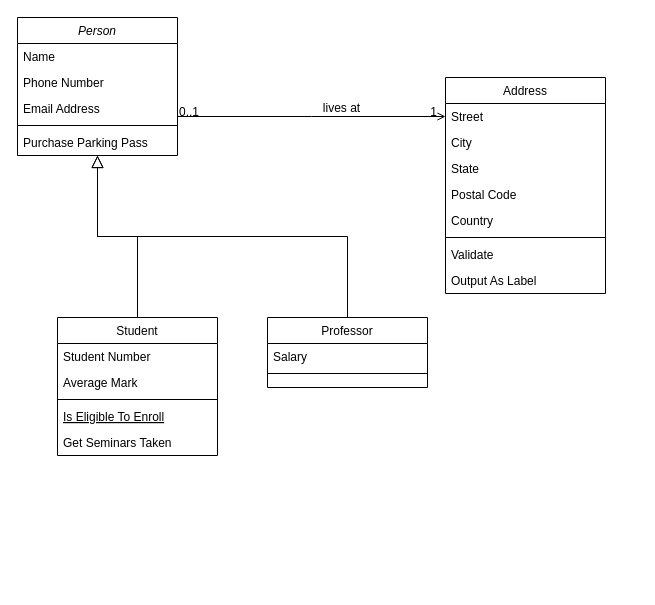
Earlier version of the draw.io diagram Untitled Diagram.drawio (Mateozzzz/Flowcharts-sena-). Source tidied: cells renumbered, new cells numbered last; positions are measured from the earlier drawing's top-left corner, leaving out a move shared by most shapes. Both pictures are drawn from the tidied source at 100%, with x=0, y=0 at pixel (17, 17).
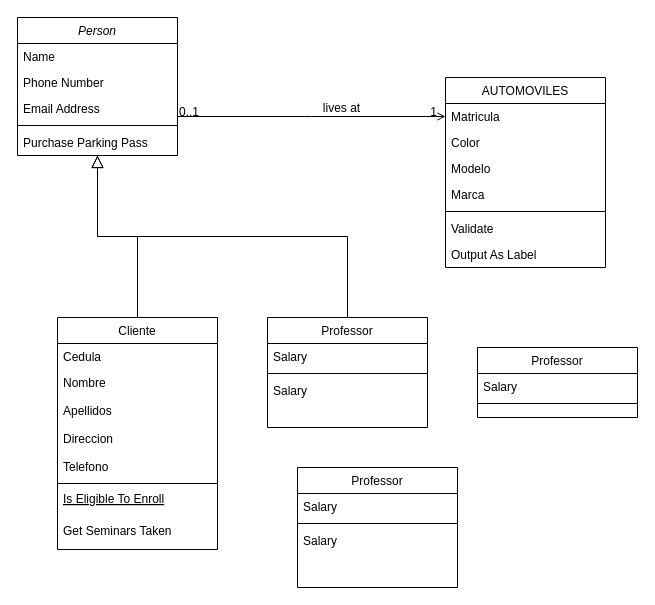
The same page after the edit.

Diff of the diagram source:
```diff
@@
-    <mxCell id="8" value="Student" style="swimlane;fontStyle=0;align=center;verticalAlign=top;horizontal=1;startSize=26;rounded=0;shadow=0;strokeWidth=1;" parent="1" vertex="1">
-      <mxGeometry x="40" y="300" width="160" height="138" as="geometry" />
+    <mxCell id="8" value="Cliente" style="swimlane;fontStyle=0;align=center;verticalAlign=top;horizontal=1;startSize=26;rounded=0;shadow=0;strokeWidth=1;" parent="1" vertex="1">
+      <mxGeometry x="40" y="300" width="160" height="232" as="geometry" />
     </mxCell>
-    <mxCell id="9" value="Student Number" style="text;align=left;verticalAlign=top;spacingLeft=4;spacingRight=4;overflow=hidden;" parent="8" vertex="1">
+    <mxCell id="9" value="Cedula" style="text;align=left;verticalAlign=top;spacingLeft=4;spacingRight=4;overflow=hidden;" parent="8" vertex="1">
       <mxGeometry y="26" width="160" height="26" as="geometry" />
     </mxCell>
-    <mxCell id="10" value="Average Mark" style="text;align=left;verticalAlign=top;spacingLeft=4;spacingRight=4;overflow=hidden;rounded=0;shadow=0;html=0;" parent="8" vertex="1">
-      <mxGeometry y="52" width="160" height="26" as="geometry" />
+    <mxCell id="10" value="Nombre" style="text;align=left;verticalAlign=top;spacingLeft=4;spacingRight=4;overflow=hidden;rounded=0;shadow=0;html=0;" parent="8" vertex="1">
+      <mxGeometry y="52" width="160" height="28" as="geometry" />
     </mxCell>
+    <mxCell id="32" value="Apellidos" style="text;align=left;verticalAlign=top;spacingLeft=4;spacingRight=4;overflow=hidden;rounded=0;shadow=0;html=0;" parent="8" vertex="1">
+      <mxGeometry y="80" width="160" height="28" as="geometry" />
+    </mxCell>
+    <mxCell id="33" value="Direccion" style="text;align=left;verticalAlign=top;spacingLeft=4;spacingRight=4;overflow=hidden;rounded=0;shadow=0;html=0;" parent="8" vertex="1">
+      <mxGeometry y="108" width="160" height="28" as="geometry" />
+    </mxCell>
+    <mxCell id="34" value="Telefono" style="text;align=left;verticalAlign=top;spacingLeft=4;spacingRight=4;overflow=hidden;rounded=0;shadow=0;html=0;" parent="8" vertex="1">
+      <mxGeometry y="136" width="160" height="28" as="geometry" />
+    </mxCell>
     <mxCell id="11" style="line;html=1;strokeWidth=1;align=left;verticalAlign=middle;spacingTop=-1;spacingLeft=3;spacingRight=3;labelPosition=right;" parent="8" vertex="1">
-      <mxGeometry y="78" width="160" height="8" as="geometry" />
+      <mxGeometry y="164" width="160" height="4" as="geometry" />
     </mxCell>
     <mxCell id="12" value="Is Eligible To Enroll" style="text;align=left;verticalAlign=top;spacingLeft=4;spacingRight=4;overflow=hidden;fontStyle=4;" parent="8" vertex="1">
-      <mxGeometry y="86" width="160" height="26" as="geometry" />
+      <mxGeometry y="168" width="160" height="32" as="geometry" />
     </mxCell>
     <mxCell id="13" value="Get Seminars Taken" style="text;align=left;verticalAlign=top;spacingLeft=4;spacingRight=4;overflow=hidden;" parent="8" vertex="1">
-      <mxGeometry y="112" width="160" height="26" as="geometry" />
+      <mxGeometry y="200" width="160" height="32" as="geometry" />
     </mxCell>
@@
     <mxCell id="15" value="Professor" style="swimlane;fontStyle=0;align=center;verticalAlign=top;horizontal=1;startSize=26;rounded=0;shadow=0;strokeWidth=1;" parent="1" vertex="1">
-      <mxGeometry x="250" y="300" width="160" height="70" as="geometry" />
+      <mxGeometry x="250" y="300" width="160" height="110" as="geometry" />
     </mxCell>
@@
+    <mxCell id="35" value="Salary" style="text;align=left;verticalAlign=top;spacingLeft=4;spacingRight=4;overflow=hidden;" parent="15" vertex="1">
+      <mxGeometry y="60" width="160" height="50" as="geometry" />
+    </mxCell>
@@
-    <mxCell id="19" value="Address" style="swimlane;fontStyle=0;align=center;verticalAlign=top;horizontal=1;startSize=26;rounded=0;shadow=0;strokeWidth=1;" parent="1" vertex="1">
-      <mxGeometry x="428" y="60" width="160" height="216" as="geometry" />
+    <mxCell id="19" value="AUTOMOVILES" style="swimlane;fontStyle=0;align=center;verticalAlign=top;horizontal=1;startSize=26;rounded=0;shadow=0;strokeWidth=1;" parent="1" vertex="1">
+      <mxGeometry x="428" y="60" width="160" height="190" as="geometry" />
     </mxCell>
-    <mxCell id="20" value="Street" style="text;align=left;verticalAlign=top;spacingLeft=4;spacingRight=4;overflow=hidden;" parent="19" vertex="1">
+    <mxCell id="20" value="Matricula" style="text;align=left;verticalAlign=top;spacingLeft=4;spacingRight=4;overflow=hidden;" parent="19" vertex="1">
       <mxGeometry y="26" width="160" height="26" as="geometry" />
     </mxCell>
-    <mxCell id="21" value="City" style="text;align=left;verticalAlign=top;spacingLeft=4;spacingRight=4;overflow=hidden;rounded=0;shadow=0;html=0;" parent="19" vertex="1">
+    <mxCell id="21" value="Color" style="text;align=left;verticalAlign=top;spacingLeft=4;spacingRight=4;overflow=hidden;rounded=0;shadow=0;html=0;" parent="19" vertex="1">
       <mxGeometry y="52" width="160" height="26" as="geometry" />
     </mxCell>
-    <mxCell id="22" value="State" style="text;align=left;verticalAlign=top;spacingLeft=4;spacingRight=4;overflow=hidden;rounded=0;shadow=0;html=0;" parent="19" vertex="1">
+    <mxCell id="22" value="Modelo" style="text;align=left;verticalAlign=top;spacingLeft=4;spacingRight=4;overflow=hidden;rounded=0;shadow=0;html=0;" parent="19" vertex="1">
       <mxGeometry y="78" width="160" height="26" as="geometry" />
     </mxCell>
-    <mxCell id="23" value="Postal Code" style="text;align=left;verticalAlign=top;spacingLeft=4;spacingRight=4;overflow=hidden;rounded=0;shadow=0;html=0;" parent="19" vertex="1">
+    <mxCell id="23" value="Marca" style="text;align=left;verticalAlign=top;spacingLeft=4;spacingRight=4;overflow=hidden;rounded=0;shadow=0;html=0;" parent="19" vertex="1">
       <mxGeometry y="104" width="160" height="26" as="geometry" />
     </mxCell>
-    <mxCell id="24" value="Country" style="text;align=left;verticalAlign=top;spacingLeft=4;spacingRight=4;overflow=hidden;rounded=0;shadow=0;html=0;" parent="19" vertex="1">
-      <mxGeometry y="130" width="160" height="26" as="geometry" />
-    </mxCell>
     <mxCell id="25" style="line;html=1;strokeWidth=1;align=left;verticalAlign=middle;spacingTop=-1;spacingLeft=3;spacingRight=3;labelPosition=right;" parent="19" vertex="1">
-      <mxGeometry y="156" width="160" height="8" as="geometry" />
+      <mxGeometry y="130" width="160" height="8" as="geometry" />
     </mxCell>
     <mxCell id="26" value="Validate" style="text;align=left;verticalAlign=top;spacingLeft=4;spacingRight=4;overflow=hidden;" parent="19" vertex="1">
-      <mxGeometry y="164" width="160" height="26" as="geometry" />
+      <mxGeometry y="138" width="160" height="26" as="geometry" />
     </mxCell>
     <mxCell id="27" value="Output As Label" style="text;align=left;verticalAlign=top;spacingLeft=4;spacingRight=4;overflow=hidden;" parent="19" vertex="1">
-      <mxGeometry y="190" width="160" height="26" as="geometry" />
+      <mxGeometry y="164" width="160" height="26" as="geometry" />
     </mxCell>
@@
+    <mxCell id="36" value="Professor" style="swimlane;fontStyle=0;align=center;verticalAlign=top;horizontal=1;startSize=26;rounded=0;shadow=0;strokeWidth=1;" parent="1" vertex="1">
+      <mxGeometry x="460" y="330" width="160" height="70" as="geometry" />
+    </mxCell>
+    <mxCell id="37" value="Salary" style="text;align=left;verticalAlign=top;spacingLeft=4;spacingRight=4;overflow=hidden;" parent="36" vertex="1">
+      <mxGeometry y="26" width="160" height="26" as="geometry" />
+    </mxCell>
+    <mxCell id="38" style="line;html=1;strokeWidth=1;align=left;verticalAlign=middle;spacingTop=-1;spacingLeft=3;spacingRight=3;labelPosition=right;" parent="36" vertex="1">
+      <mxGeometry y="52" width="160" height="8" as="geometry" />
+    </mxCell>
+    <mxCell id="39" value="Professor" style="swimlane;fontStyle=0;align=center;verticalAlign=top;horizontal=1;startSize=26;rounded=0;shadow=0;strokeWidth=1;" parent="1" vertex="1">
+      <mxGeometry x="280" y="450" width="160" height="120" as="geometry" />
+    </mxCell>
+    <mxCell id="40" value="Salary" style="text;align=left;verticalAlign=top;spacingLeft=4;spacingRight=4;overflow=hidden;" parent="39" vertex="1">
+      <mxGeometry y="26" width="160" height="26" as="geometry" />
+    </mxCell>
+    <mxCell id="41" style="line;html=1;strokeWidth=1;align=left;verticalAlign=middle;spacingTop=-1;spacingLeft=3;spacingRight=3;labelPosition=right;" parent="39" vertex="1">
+      <mxGeometry y="52" width="160" height="8" as="geometry" />
+    </mxCell>
+    <mxCell id="42" value="Salary" style="text;align=left;verticalAlign=top;spacingLeft=4;spacingRight=4;overflow=hidden;" parent="39" vertex="1">
+      <mxGeometry y="60" width="160" height="50" as="geometry" />
+    </mxCell>
```
